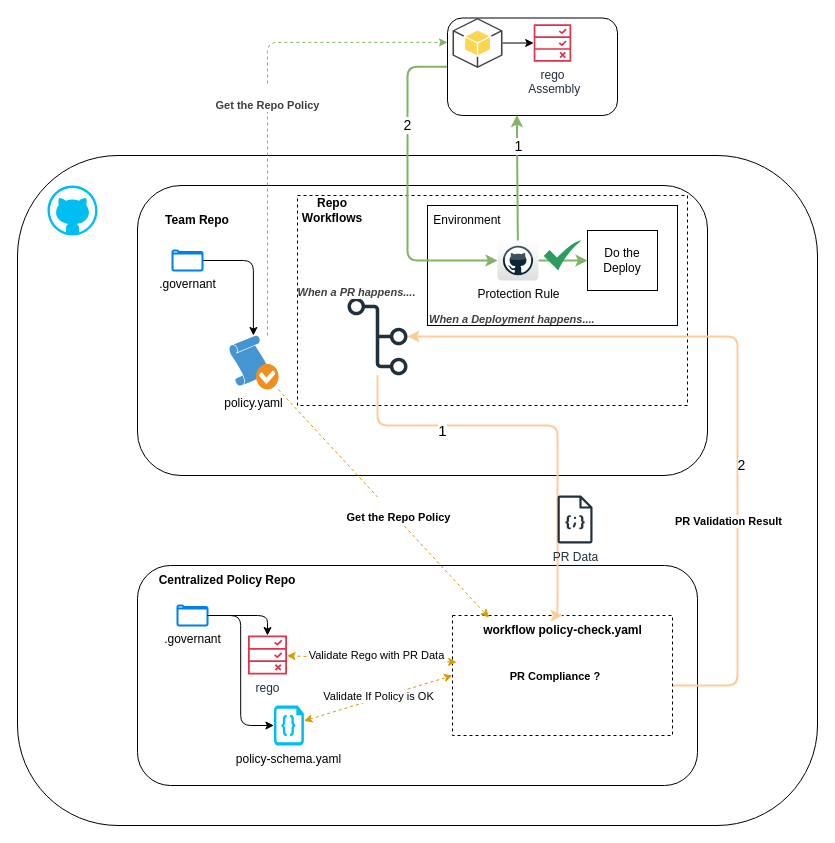
This is arch.drawio from erasmo-dominguez-stuff/governant, a draw.io file, before an edit. Source tidied: cells renumbered, new cells numbered last; positions are measured from the earlier drawing's top-left corner, leaving out a move shared by most shapes. Both pictures are drawn from the tidied source at 100%, with x=0, y=0 at pixel (17, 17).
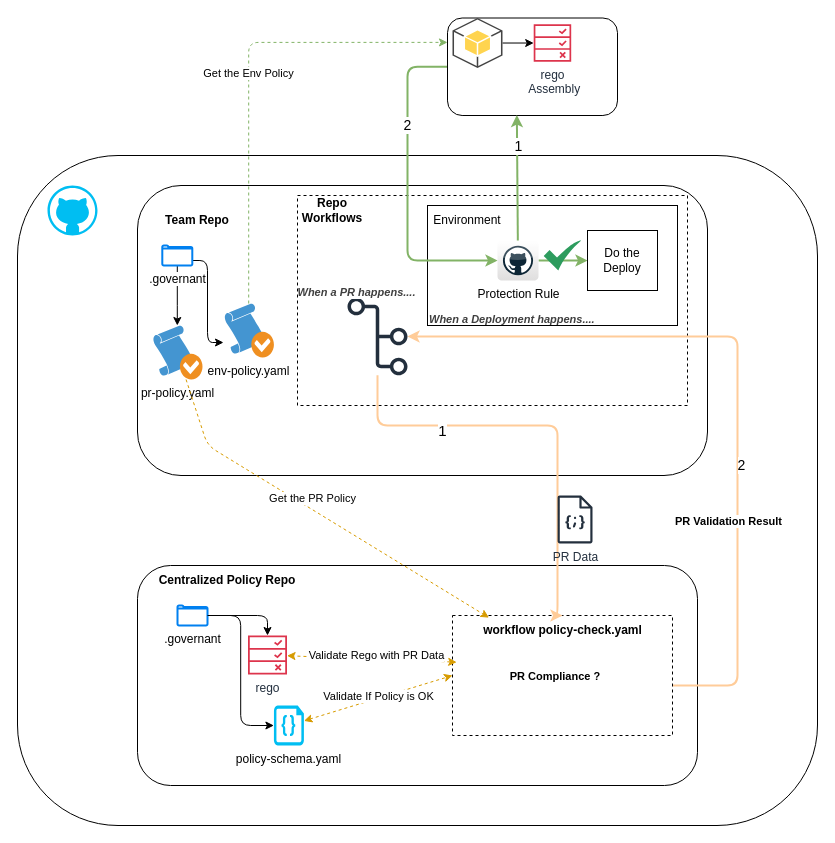
The same diagram, later.

Unchanged cells that the change refers to:
```xml
<mxCell id="14" value="&lt;b&gt;workflow policy-check.yaml&lt;/b&gt;" style="text;html=1;align=center;verticalAlign=middle;whiteSpace=wrap;rounded=0;" parent="1" vertex="1">
  <mxGeometry x="457.5" y="598" width="175" height="30" as="geometry" />
</mxCell>
<mxCell id="41" style="rounded=1;whiteSpace=wrap;html=1;" parent="1" vertex="1">
  <mxGeometry x="430" y="0.5" width="170" height="97.5" as="geometry" />
</mxCell>
```

What changed in the source:
```diff
@@
+    <mxCell id="50" style="edgeStyle=orthogonalEdgeStyle;html=1;" parent="1" edge="1" source="18" target="51">
+      <mxGeometry relative="1" as="geometry">
+        <Array as="points">
+          <mxPoint x="190" y="243" />
+          <mxPoint x="190" y="325" />
+        </Array>
+      </mxGeometry>
+    </mxCell>
     <mxCell id="18" value=".governant" style="html=1;verticalLabelPosition=bottom;align=center;labelBackgroundColor=#ffffff;verticalAlign=top;strokeWidth=2;strokeColor=#0080F0;shadow=0;dashed=0;shape=mxgraph.ios7.icons.folder;" parent="1" vertex="1">
-      <mxGeometry x="155" y="233" width="30" height="20" as="geometry" />
+      <mxGeometry x="144.8" y="228" width="30" height="20" as="geometry" />
     </mxCell>
@@
-    <mxCell id="25" value="&lt;b style=&quot;forced-color-adjust: none; color: rgb(63, 63, 63); scrollbar-color: rgb(226, 226, 226) rgb(251, 251, 251); font-family: Helvetica; font-size: 11px; font-style: normal; font-variant-ligatures: normal; font-variant-caps: normal; letter-spacing: normal; orphans: 2; text-align: center; text-indent: 0px; text-transform: none; widows: 2; word-spacing: 0px; -webkit-text-stroke-width: 0px; white-space: nowrap; text-decoration-thickness: initial; text-decoration-style: initial; text-decoration-color: initial;&quot;&gt;&lt;br class=&quot;Apple-interchange-newline&quot;&gt;Get the Repo Policy&lt;/b&gt;" style="edgeStyle=orthogonalEdgeStyle;html=1;entryX=0;entryY=0.25;entryDx=0;entryDy=0;fillColor=#d5e8d4;strokeColor=#82b366;dashed=1;" parent="1" edge="1" source="26" target="41">
+    <mxCell id="25" value="Get the Env Policy" style="edgeStyle=orthogonalEdgeStyle;html=1;entryX=0;entryY=0.25;entryDx=0;entryDy=0;fillColor=#d5e8d4;strokeColor=#82b366;dashed=1;" parent="1" edge="1" source="51" target="41">
       <mxGeometry relative="1" as="geometry">
         <Array as="points">
-          <mxPoint x="250" y="25" />
+          <mxPoint x="231" y="25" />
         </Array>
       </mxGeometry>
     </mxCell>
-    <mxCell id="26" value="policy.yaml" style="shadow=0;dashed=0;html=1;strokeColor=none;fillColor=#4495D1;labelPosition=center;verticalLabelPosition=bottom;verticalAlign=top;align=center;outlineConnect=0;shape=mxgraph.veeam.2d.privilege;" parent="1" vertex="1">
-      <mxGeometry x="210.7" y="318" width="50.4" height="54" as="geometry" />
+    <mxCell id="26" value="pr-policy.yaml" style="shadow=0;dashed=0;html=1;strokeColor=none;fillColor=#4495D1;labelPosition=center;verticalLabelPosition=bottom;verticalAlign=top;align=center;outlineConnect=0;shape=mxgraph.veeam.2d.privilege;" parent="1" vertex="1">
+      <mxGeometry x="134.6" y="308" width="50.4" height="54" as="geometry" />
     </mxCell>
@@
     <mxCell id="36" style="edgeStyle=none;html=1;entryX=0.08;entryY=0.072;entryDx=0;entryDy=0;entryPerimeter=0;dashed=1;fillColor=#ffe6cc;strokeColor=#d79b00;" parent="1" edge="1" source="26" target="14">
-      <mxGeometry relative="1" as="geometry" />
+      <mxGeometry relative="1" as="geometry">
+        <Array as="points">
+          <mxPoint x="190" y="428" />
+        </Array>
+      </mxGeometry>
     </mxCell>
@@
-    <mxCell id="38" value="&lt;div&gt;&lt;b&gt;&lt;br&gt;&lt;/b&gt;&lt;/div&gt;&lt;b&gt;Get the Repo Policy&lt;/b&gt;" style="edgeLabel;html=1;align=center;verticalAlign=middle;" parent="1" vertex="1">
-      <mxGeometry x="380" y="492" as="geometry" />
+    <mxCell id="38" value="&lt;div&gt;Get the PR Policy&lt;/div&gt;" style="edgeLabel;html=1;align=center;verticalAlign=middle;" parent="1" vertex="1">
+      <mxGeometry x="300" y="488" as="geometry">
+        <mxPoint x="-6" y="-8" as="offset" />
+      </mxGeometry>
     </mxCell>
@@
+    <mxCell id="51" value="env-policy.yaml" style="shadow=0;dashed=0;html=1;strokeColor=none;fillColor=#4495D1;labelPosition=center;verticalLabelPosition=bottom;verticalAlign=top;align=center;outlineConnect=0;shape=mxgraph.veeam.2d.privilege;" parent="1" vertex="1">
+      <mxGeometry x="206" y="286" width="50.4" height="54" as="geometry" />
+    </mxCell>
```
